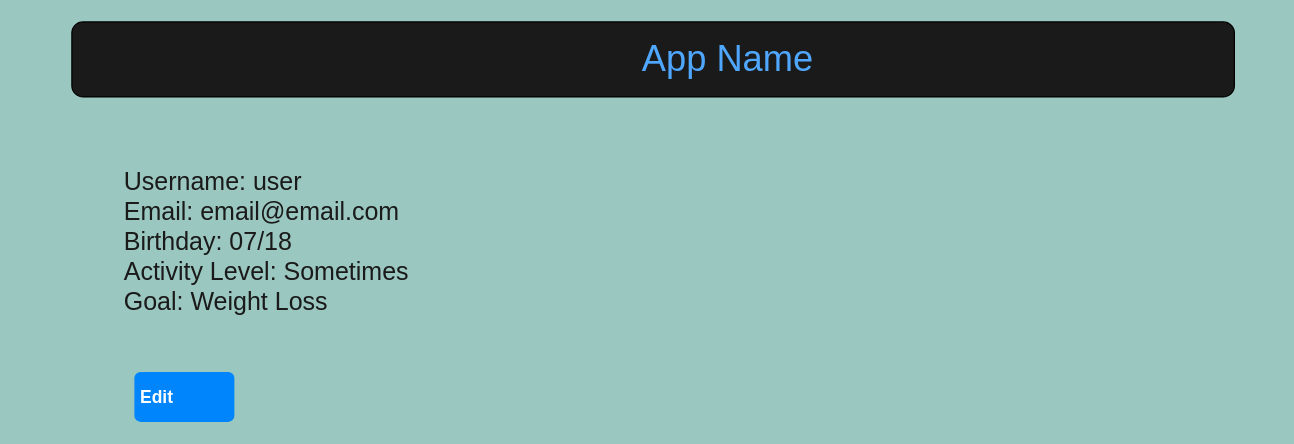
Before: page "Account" (3 of 9) of Untitled Diagram.drawio in ashmiller002/codercizers, a draw.io diagram. Source tidied: cells renumbered, new cells numbered last; positions are measured from the earlier drawing's top-left corner, leaving out a move shared by most shapes. Both pictures are drawn from the tidied source at 125%, with x=0, y=0 at pixel (71, 21).
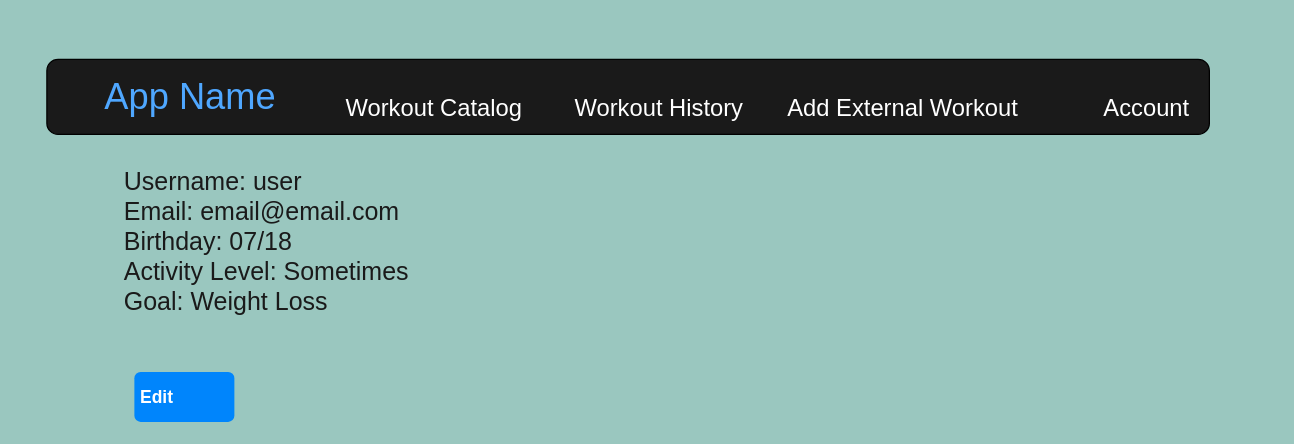
The same page after the edit.

Diff of the diagram source:
```diff
@@
 <mxGraphModel background="#9AC7BF">
   <root>
     <mxCell id="0" />
     <mxCell id="1" parent="0" />
-    <mxCell id="2" style="rounded=1;whiteSpace=wrap;html=1;fillColor=#1A1A1A;" parent="1" vertex="1">
-      <mxGeometry width="930" height="60" as="geometry" />
-    </mxCell>
-    <mxCell id="3" style="group;" parent="1" vertex="1">
-      <mxGeometry x="30" width="930" height="60" as="geometry" />
-    </mxCell>
-    <mxCell id="4" value="App Name" style="text;html=1;strokeColor=none;fillColor=none;align=center;verticalAlign=middle;whiteSpace=wrap;rounded=0;fontSize=29;fontColor=#4FA7FF;" parent="3" vertex="1">
-      <mxGeometry x="360" y="20" width="270" height="20" as="geometry" />
-    </mxCell>
     <mxCell id="5" value="Edit" style="html=1;shadow=0;dashed=0;shape=mxgraph.bootstrap.rrect;rSize=5;strokeColor=none;strokeWidth=1;fillColor=#0085FC;fontColor=#FFFFFF;whiteSpace=wrap;align=left;verticalAlign=middle;spacingLeft=0;fontStyle=1;fontSize=14;spacing=5;" parent="1" vertex="1">
       <mxGeometry x="50" y="280" width="80" height="40" as="geometry" />
     </mxCell>
     <mxCell id="6" value="Username: user&lt;br&gt;Email: email@email.com&lt;br&gt;Birthday: 07/18&lt;br&gt;Activity Level: Sometimes&lt;br&gt;Goal: Weight Loss&lt;br&gt;" style="text;html=1;strokeColor=none;fillColor=none;align=left;verticalAlign=middle;whiteSpace=wrap;rounded=0;fontSize=20;fontColor=#1A1A1A;" parent="1" vertex="1">
       <mxGeometry x="40" y="70" width="279" height="210" as="geometry" />
     </mxCell>
+    <mxCell id="7" style="group;" parent="1" vertex="1">
+      <mxGeometry x="-20" y="30" width="930" height="60" as="geometry" />
+    </mxCell>
+    <mxCell id="8" style="rounded=1;whiteSpace=wrap;html=1;fillColor=#1A1A1A;" parent="7" vertex="1">
+      <mxGeometry width="930" height="60" as="geometry" />
+    </mxCell>
+    <mxCell id="4" value="App Name" style="text;html=1;strokeColor=none;fillColor=none;align=center;verticalAlign=middle;whiteSpace=wrap;rounded=0;fontSize=29;fontColor=#4FA7FF;" parent="7" vertex="1">
+      <mxGeometry x="-20" y="20" width="270" height="20" as="geometry" />
+    </mxCell>
+    <mxCell id="9" value="&lt;font&gt;Account&lt;/font&gt;" style="text;html=1;strokeColor=none;fillColor=none;align=center;verticalAlign=middle;whiteSpace=wrap;rounded=0;fontSize=19;fontColor=#FFFFFF;" parent="7" vertex="1">
+      <mxGeometry x="860" y="30" width="40" height="20" as="geometry" />
+    </mxCell>
+    <mxCell id="10" value="&lt;font&gt;Workout History&lt;/font&gt;" style="text;html=1;strokeColor=none;fillColor=none;align=center;verticalAlign=middle;whiteSpace=wrap;rounded=0;fontSize=19;fontColor=#FFFFFF;" parent="7" vertex="1">
+      <mxGeometry x="410" y="30" width="160" height="20" as="geometry" />
+    </mxCell>
+    <mxCell id="11" value="&lt;font&gt;Workout Catalog&lt;/font&gt;" style="text;html=1;strokeColor=none;fillColor=none;align=center;verticalAlign=middle;whiteSpace=wrap;rounded=0;fontSize=19;fontColor=#FFFFFF;" parent="7" vertex="1">
+      <mxGeometry x="220" y="30" width="180" height="20" as="geometry" />
+    </mxCell>
+    <mxCell id="12" value="&lt;font&gt;Add External Workout&lt;br&gt;&lt;/font&gt;" style="text;html=1;strokeColor=none;fillColor=none;align=center;verticalAlign=middle;whiteSpace=wrap;rounded=0;fontSize=19;fontColor=#FFFFFF;" parent="7" vertex="1">
+      <mxGeometry x="560" y="30" width="250" height="20" as="geometry" />
+    </mxCell>
   </root>
 </mxGraphModel>
```
